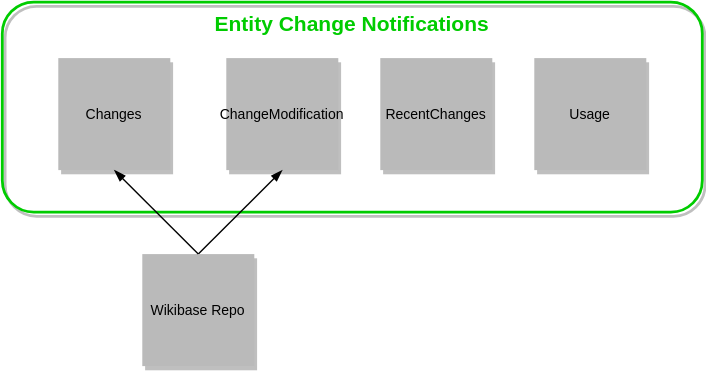
Above: systems/WikibaseClient/diagrams/05-entitychangenotifications.drawio.svg in wmde/wikidata-wikibase-architecture (draw.io), before the change. Source tidied: cells renumbered, new cells last; positions are measured from the earlier drawing's top-left corner, leaving out a move shared by most shapes. The source it was exported from:
```xml
<mxGraphModel>
  <root>
    <mxCell id="0" />
    <mxCell id="1" parent="0" />
    <mxCell id="2" value="Entity Change Notifications" style="rounded=1;shadow=1;fontSize=15;fillColor=none;strokeColor=#00CC00;strokeWidth=2;fontColor=#00CC00;fontStyle=1;labelBorderColor=none;labelBackgroundColor=none;horizontal=1;verticalAlign=top;" parent="1" vertex="1">
      <mxGeometry width="500" height="150" as="geometry" />
    </mxCell>
    <mxCell id="3" value="Changes" style="rounded=0;shadow=1;fontSize=10;fontColor=#000000;strokeColor=none;direction=west;fillColor=#BABABA;" parent="1" vertex="1">
      <mxGeometry x="40" y="40" width="80" height="80" as="geometry" />
    </mxCell>
    <mxCell id="4" value="ChangeModification" style="rounded=0;shadow=1;fontSize=10;fontColor=#000000;strokeColor=none;direction=west;fillColor=#BABABA;" parent="1" vertex="1">
      <mxGeometry x="160" y="40" width="80" height="80" as="geometry" />
    </mxCell>
    <mxCell id="5" style="endArrow=blockThin;html=1;strokeColor=#000000;fontSize=10;fontColor=#000000;strokeWidth=1;endFill=1;entryX=0.5;entryY=0;entryDx=0;entryDy=0;exitX=0.5;exitY=1;exitDx=0;exitDy=0;" parent="1" edge="1" source="6" target="4">
      <mxGeometry relative="1" as="geometry" />
    </mxCell>
    <mxCell id="6" value="Wikibase Repo" style="rounded=0;shadow=1;fontSize=10;fontColor=#000000;strokeColor=none;direction=west;fillColor=#BABABA;" parent="1" vertex="1">
      <mxGeometry x="100" y="180" width="80" height="80" as="geometry" />
    </mxCell>
    <mxCell id="7" style="endArrow=blockThin;html=1;strokeColor=#000000;fontSize=10;fontColor=#000000;strokeWidth=1;endFill=1;entryX=0.5;entryY=0;entryDx=0;entryDy=0;exitX=0.5;exitY=1;exitDx=0;exitDy=0;" parent="1" edge="1" source="6" target="3">
      <mxGeometry relative="1" as="geometry" />
    </mxCell>
    <mxCell id="8" value="Usage" style="rounded=0;shadow=1;fontSize=10;fontColor=#000000;strokeColor=none;direction=west;fillColor=#BABABA;" parent="1" vertex="1">
      <mxGeometry x="380" y="40" width="80" height="80" as="geometry" />
    </mxCell>
    <mxCell id="9" value="RecentChanges" style="rounded=0;shadow=1;fontSize=10;fontColor=#000000;strokeColor=none;direction=west;fillColor=#BABABA;" parent="1" vertex="1">
      <mxGeometry x="270" y="40" width="80" height="80" as="geometry" />
    </mxCell>
  </root>
</mxGraphModel>
```
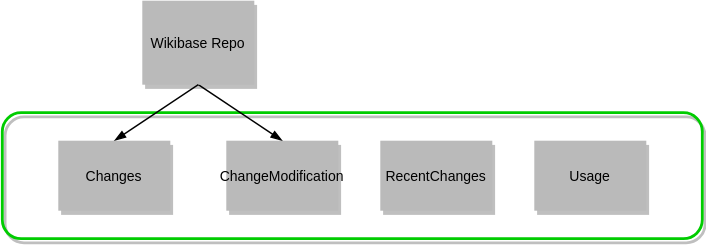
Later version of the same file.

Commit message:
Client: Unify some client block diagrams. (#35)

Styles the diagram a little more toward what was done
in https://github.com/wmde/wikidata-wikibase-architecture/pull/32

Diff of the diagram source:
```diff
@@ -2,29 +2,29 @@
   <root>
     <mxCell id="0" />
     <mxCell id="1" parent="0" />
-    <mxCell id="2" value="Entity Change Notifications" style="rounded=1;shadow=1;fontSize=15;fillColor=none;strokeColor=#00CC00;strokeWidth=2;fontColor=#00CC00;fontStyle=1;labelBorderColor=none;labelBackgroundColor=none;horizontal=1;verticalAlign=top;" parent="1" vertex="1">
-      <mxGeometry width="500" height="150" as="geometry" />
+    <mxCell id="2" style="rounded=1;shadow=1;fontSize=15;fillColor=none;strokeColor=#00CC00;strokeWidth=2;fontColor=#00CC00;fontStyle=1;labelBorderColor=none;labelBackgroundColor=none;horizontal=1;verticalAlign=top;" parent="1" vertex="1">
+      <mxGeometry y="20" width="500" height="90" as="geometry" />
     </mxCell>
     <mxCell id="3" value="Changes" style="rounded=0;shadow=1;fontSize=10;fontColor=#000000;strokeColor=none;direction=west;fillColor=#BABABA;" parent="1" vertex="1">
-      <mxGeometry x="40" y="40" width="80" height="80" as="geometry" />
+      <mxGeometry x="40" y="40" width="80" height="50" as="geometry" />
     </mxCell>
     <mxCell id="4" value="ChangeModification" style="rounded=0;shadow=1;fontSize=10;fontColor=#000000;strokeColor=none;direction=west;fillColor=#BABABA;" parent="1" vertex="1">
-      <mxGeometry x="160" y="40" width="80" height="80" as="geometry" />
+      <mxGeometry x="160" y="40" width="80" height="50" as="geometry" />
     </mxCell>
-    <mxCell id="5" style="endArrow=blockThin;html=1;strokeColor=#000000;fontSize=10;fontColor=#000000;strokeWidth=1;endFill=1;entryX=0.5;entryY=0;entryDx=0;entryDy=0;exitX=0.5;exitY=1;exitDx=0;exitDy=0;" parent="1" edge="1" source="6" target="4">
+    <mxCell id="5" style="endArrow=blockThin;html=1;strokeColor=#000000;fontSize=10;fontColor=#000000;strokeWidth=1;endFill=1;entryX=0.5;entryY=1;entryDx=0;entryDy=0;exitX=0.5;exitY=0;exitDx=0;exitDy=0;" parent="1" edge="1" source="6" target="4">
       <mxGeometry relative="1" as="geometry" />
     </mxCell>
     <mxCell id="6" value="Wikibase Repo" style="rounded=0;shadow=1;fontSize=10;fontColor=#000000;strokeColor=none;direction=west;fillColor=#BABABA;" parent="1" vertex="1">
-      <mxGeometry x="100" y="180" width="80" height="80" as="geometry" />
+      <mxGeometry x="100" y="-60" width="80" height="60" as="geometry" />
     </mxCell>
-    <mxCell id="7" style="endArrow=blockThin;html=1;strokeColor=#000000;fontSize=10;fontColor=#000000;strokeWidth=1;endFill=1;entryX=0.5;entryY=0;entryDx=0;entryDy=0;exitX=0.5;exitY=1;exitDx=0;exitDy=0;" parent="1" edge="1" source="6" target="3">
+    <mxCell id="7" style="endArrow=blockThin;html=1;strokeColor=#000000;fontSize=10;fontColor=#000000;strokeWidth=1;endFill=1;entryX=0.5;entryY=1;entryDx=0;entryDy=0;exitX=0.5;exitY=0;exitDx=0;exitDy=0;" parent="1" edge="1" source="6" target="3">
       <mxGeometry relative="1" as="geometry" />
     </mxCell>
     <mxCell id="8" value="Usage" style="rounded=0;shadow=1;fontSize=10;fontColor=#000000;strokeColor=none;direction=west;fillColor=#BABABA;" parent="1" vertex="1">
-      <mxGeometry x="380" y="40" width="80" height="80" as="geometry" />
+      <mxGeometry x="380" y="40" width="80" height="50" as="geometry" />
     </mxCell>
     <mxCell id="9" value="RecentChanges" style="rounded=0;shadow=1;fontSize=10;fontColor=#000000;strokeColor=none;direction=west;fillColor=#BABABA;" parent="1" vertex="1">
-      <mxGeometry x="270" y="40" width="80" height="80" as="geometry" />
+      <mxGeometry x="270" y="40" width="80" height="50" as="geometry" />
     </mxCell>
   </root>
 </mxGraphModel>
```
